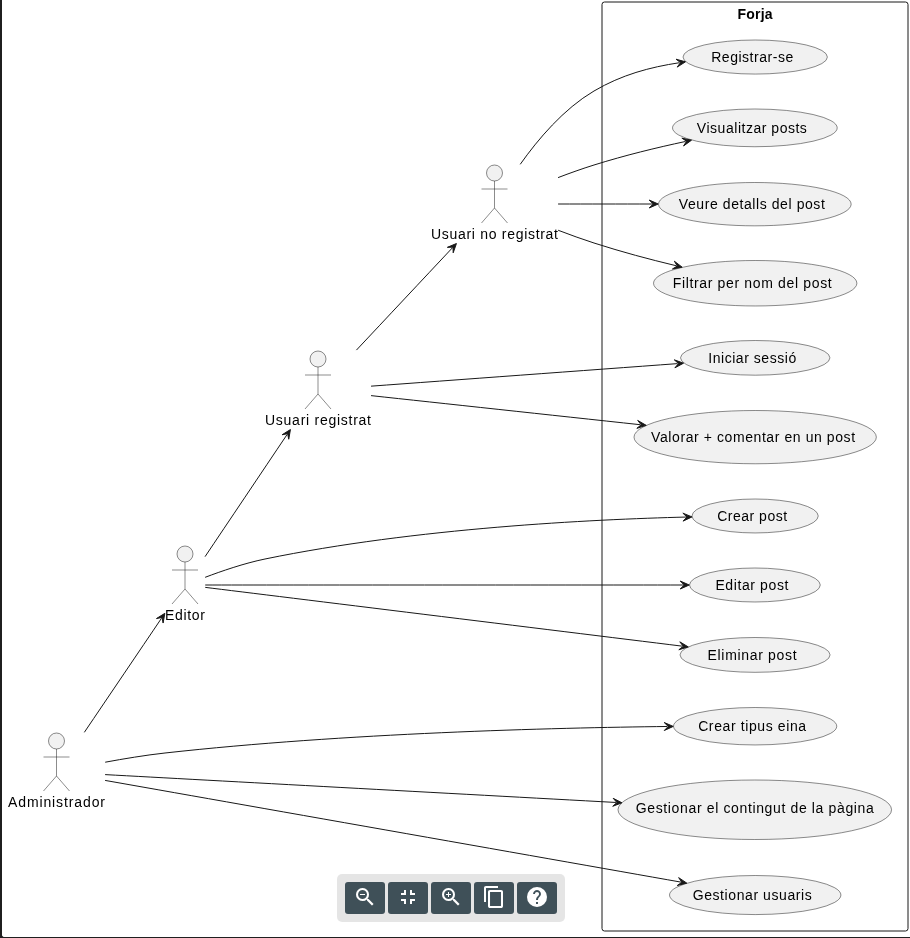
Above: docs/04_model-de-negoci.png in agarcia-icv/projecte-final (PlantUML), before the change. Its source is kept beside it as docs/04_model-de-negoci.puml.
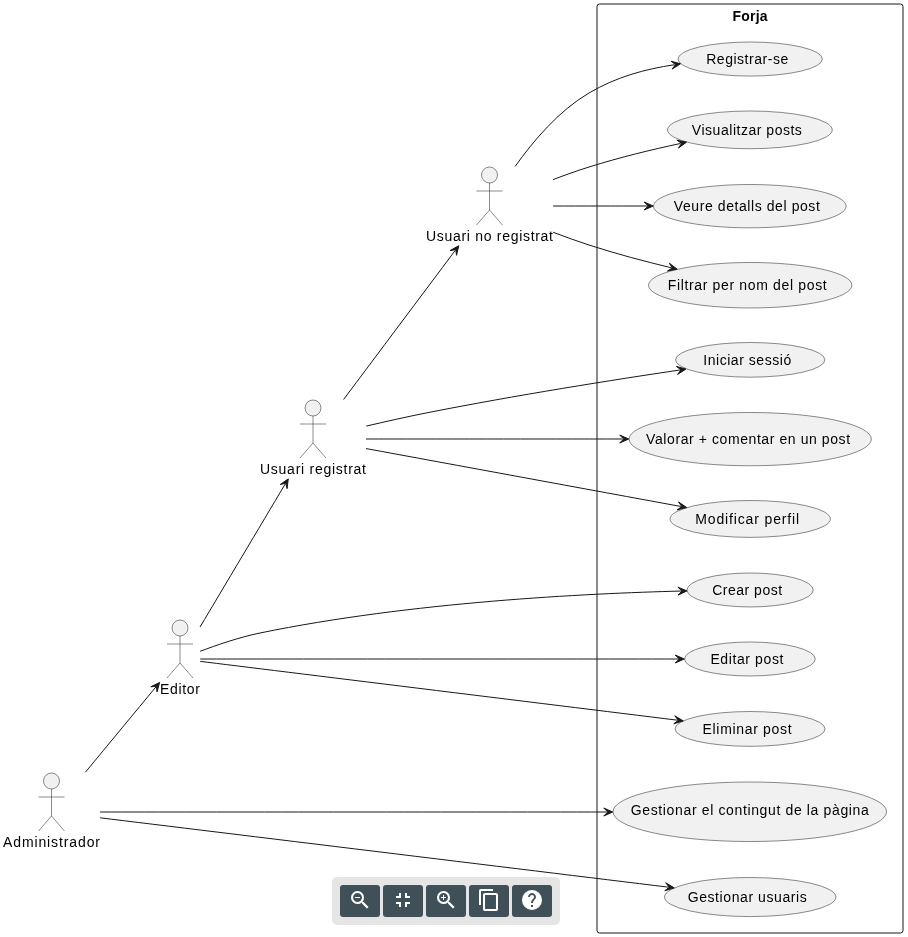
Later version of the same file.

Diff of the diagram source:
```diff
@@ -13,10 +13,10 @@
   usecase "Veure detalls del post" as UC3
   usecase "Filtrar per nom del post" as UC4
   usecase "Valorar + comentar en un post" as UC5
+  usecase "Modificar perfil" as UC11
   usecase "Crear post" as UC6
   usecase "Editar post" as UC7
   usecase "Eliminar post" as UC8
-  usecase "Crear tipus eina" as UC11
   usecase "Gestionar el contingut de la pàgina" as UC9
   usecase "Gestionar usuaris" as UC10
 }
@@ -30,6 +30,7 @@
 
 Usuari --> UC12
 Usuari --> UC5
+Usuari --> UC11
 
 Editor --> Usuari
 
@@ -41,6 +42,5 @@
 
 Administrador --> UC9
 Administrador --> UC10
-Administrador --> UC11
 
 @enduml
```
